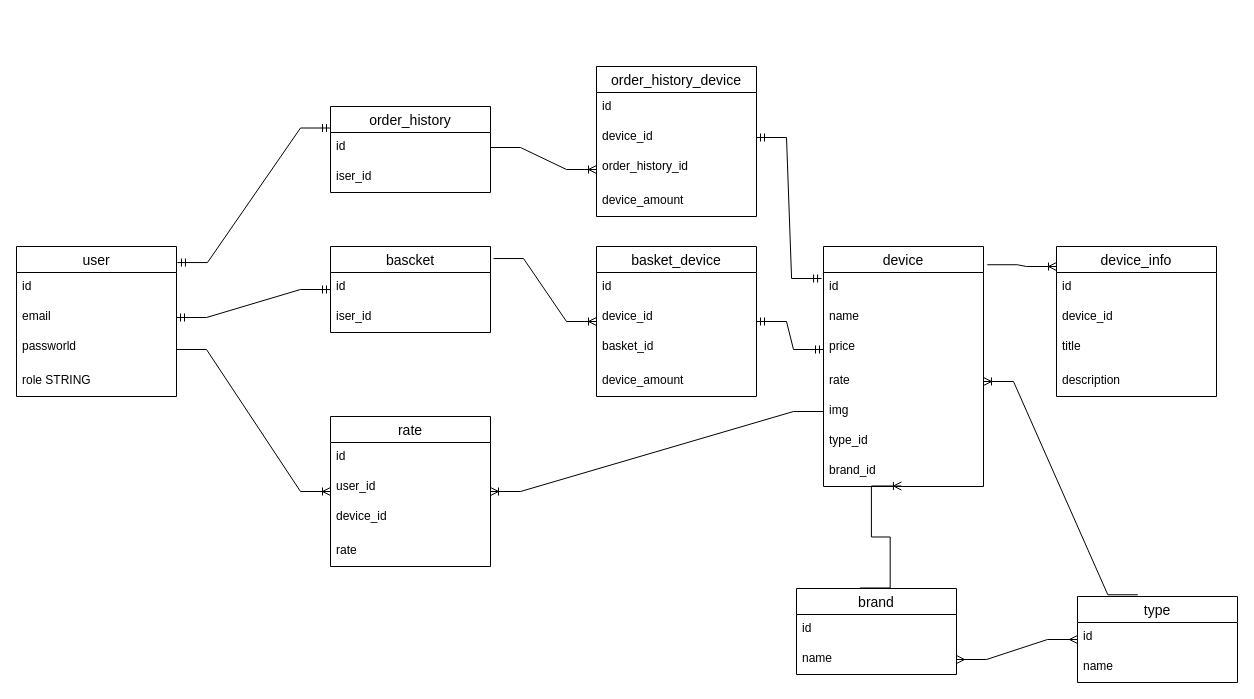
Before: server/models/db_diagram.drawio in zaxel/react_simple_shop, a draw.io diagram. Source tidied: cells renumbered, new cells numbered last; positions are measured from the earlier drawing's top-left corner, leaving out a move shared by most shapes. Both pictures are drawn from the tidied source at 100%, with x=0, y=0 at pixel (16, 66).
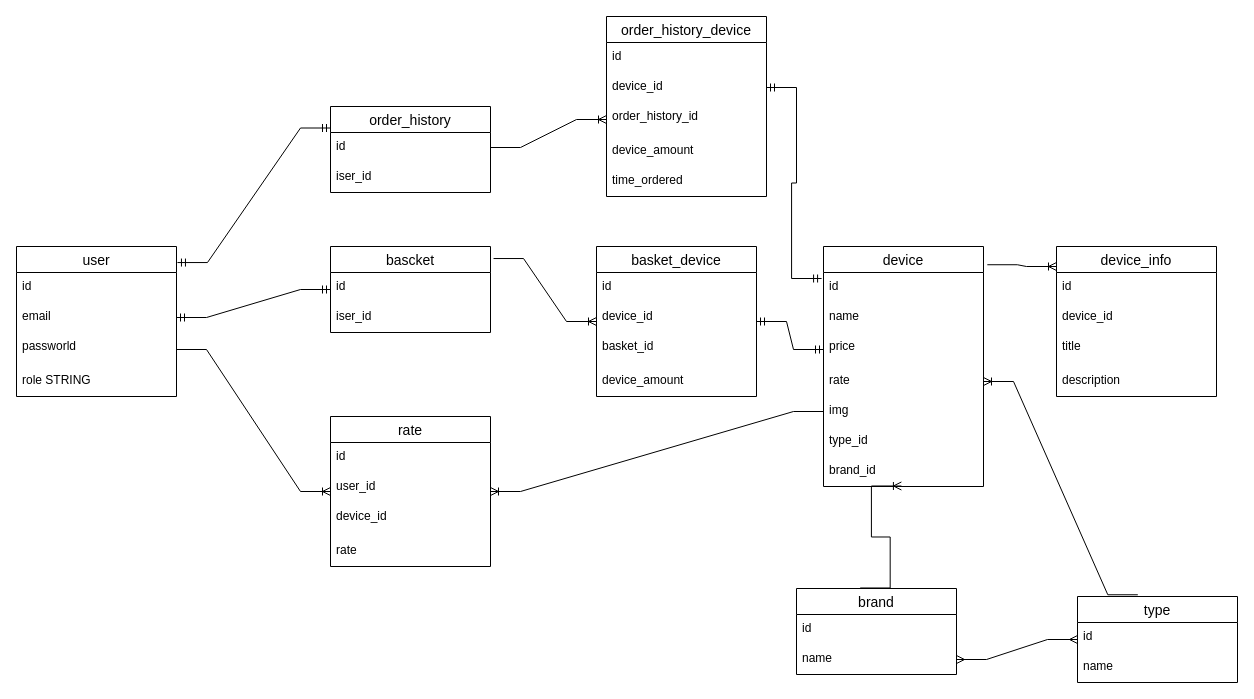
The same page after the edit.

Commit message:
time ordered added to db model

Change to the diagram source:
```diff
@@
     <mxCell id="51" value="order_history_device" style="swimlane;fontStyle=0;horizontal=1;startSize=26;align=center;fontSize=14;" parent="1" vertex="1">
-      <mxGeometry x="580" width="160" height="150" as="geometry" />
+      <mxGeometry x="590" y="-50" width="160" height="180" as="geometry" />
     </mxCell>
@@
+    <mxCell id="59" value="time_ordered" style="text;strokeColor=none;fillColor=none;spacingLeft=4;spacingRight=4;overflow=hidden;fontSize=12;" parent="51" vertex="1">
+      <mxGeometry y="150" width="160" height="30" as="geometry" />
+    </mxCell>
```
